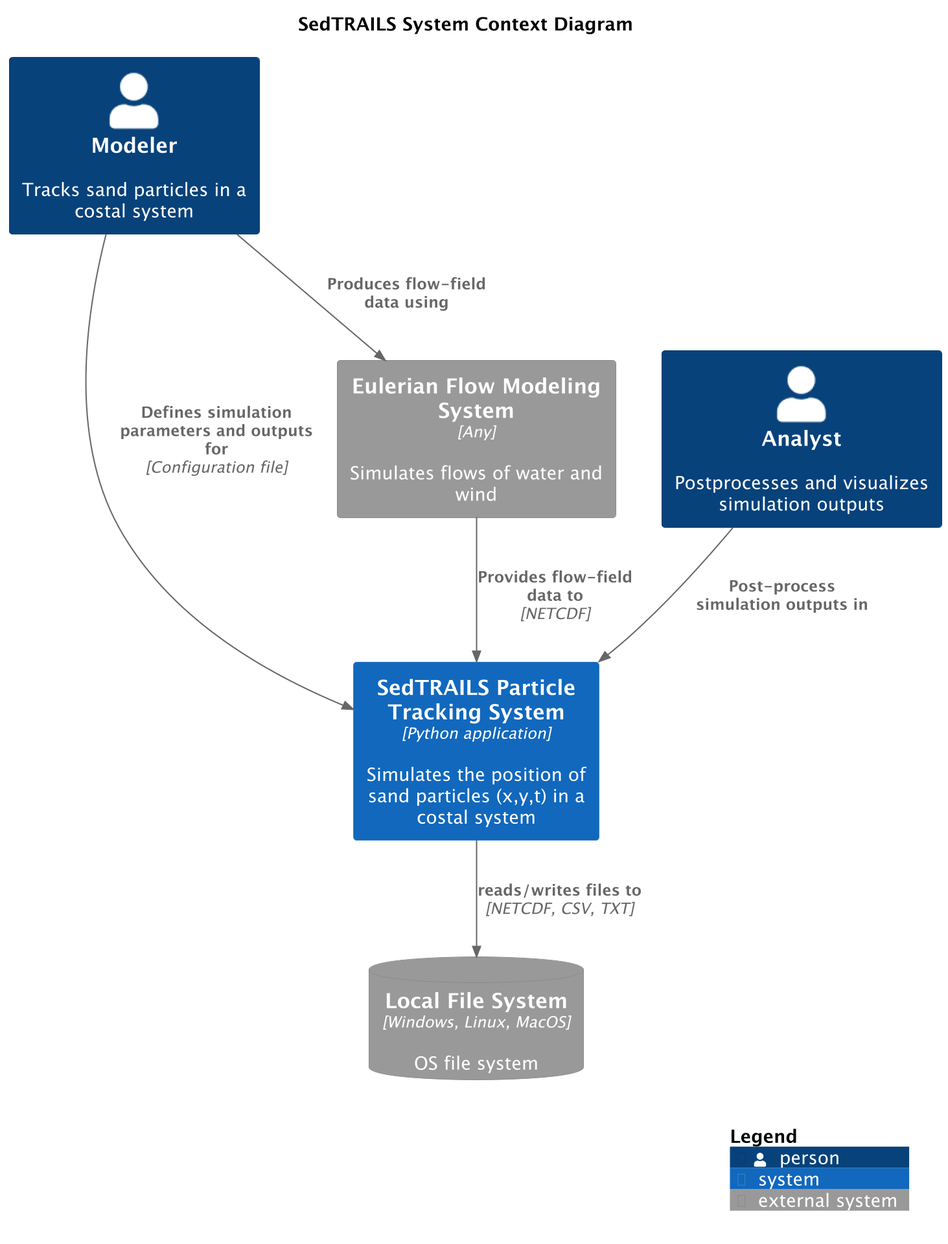
This is docs/_static/img/architecture/SedtrailContext.png from sgpearson17/sedtrails-sgp, a PlantUML export, as it was before one commit. The source it was exported from:
```plantuml
@startuml SedtrailContext
!include ./c4/C4_Context.puml

title SedTRAILS System Context Diagram
scale 2

Person(modeler, "Modeler", "Tracks sand particles in a costal system")
Person(analyst, "Analyst", "Postprocesses and visualizes simulation outputs")


System(sedtrails, "SedTRAILS Particle Tracking System", "Simulates the position of sand particles (x,y,t) in a costal system", $type="Python application")

System_Ext(flowSystem, "Eulerian Flow Modeling System", "Simulates flows of water and wind", $type="Any")

SystemDb_Ext(fileSystem, "Local File System", "OS file system", $type="Windows, Linux, MacOS")

Rel(analyst, sedtrails, "Post-process simulation outputs in")
Rel(sedtrails, fileSystem, "reads/writes files to", "NETCDF, CSV, TXT")

Rel(modeler, sedtrails, "Defines simulation parameters and outputs for", "Configuration file")
Rel(modeler, flowSystem, "Produces flow-field data using")


Rel(flowSystem, sedtrails, "Provides flow-field data to ", "NETCDF")

SHOW_LEGEND()
@enduml
```
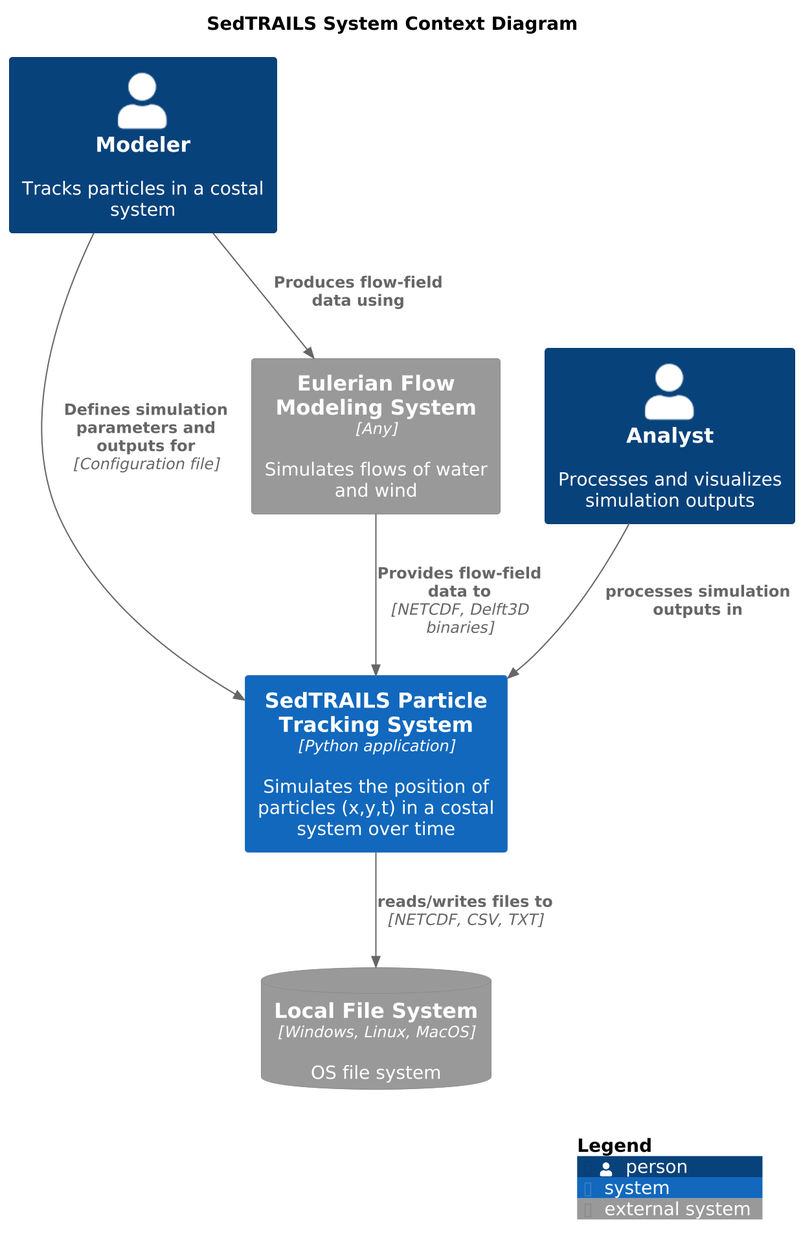
Above is the later version.

The edit, as a diff of the source:
```diff
@@ -4,24 +4,23 @@
 title SedTRAILS System Context Diagram
 scale 2
 
-Person(modeler, "Modeler", "Tracks sand particles in a costal system")
-Person(analyst, "Analyst", "Postprocesses and visualizes simulation outputs")
+Person(modeler, "Modeler", "Tracks particles in a costal system")
+Person(analyst, "Analyst", "Processes and visualizes simulation outputs")
 
-
-System(sedtrails, "SedTRAILS Particle Tracking System", "Simulates the position of sand particles (x,y,t) in a costal system", $type="Python application")
+System(sedtrails, "SedTRAILS Particle Tracking System", "Simulates the position of particles (x,y,t) in a costal system over time", $type="Python application")
 
 System_Ext(flowSystem, "Eulerian Flow Modeling System", "Simulates flows of water and wind", $type="Any")
 
 SystemDb_Ext(fileSystem, "Local File System", "OS file system", $type="Windows, Linux, MacOS")
 
-Rel(analyst, sedtrails, "Post-process simulation outputs in")
+Rel(analyst, sedtrails, "processes simulation outputs in")
 Rel(sedtrails, fileSystem, "reads/writes files to", "NETCDF, CSV, TXT")
 
 Rel(modeler, sedtrails, "Defines simulation parameters and outputs for", "Configuration file")
 Rel(modeler, flowSystem, "Produces flow-field data using")
 
 
-Rel(flowSystem, sedtrails, "Provides flow-field data to ", "NETCDF")
+Rel(flowSystem, sedtrails, "Provides flow-field data to ", "NETCDF, Delft3D binaries")
 
 SHOW_LEGEND()
 @enduml
```
